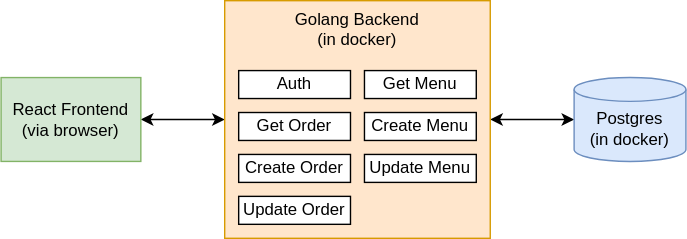
fangjjcs/Food-Order-System-React-Frontend keeps this draw.io diagram as architecture.svg. Above is the earlier version. Source tidied: cells renumbered, new cells last; positions are measured from the earlier drawing's top-left corner, leaving out a move shared by most shapes. Source of this version:
```xml
<mxGraphModel>
  <root>
    <mxCell id="0" />
    <mxCell id="1" parent="0" />
    <mxCell id="2" style="edgeStyle=orthogonalEdgeStyle;rounded=0;jettySize=auto;html=1;entryX=0;entryY=0.5;entryDx=0;entryDy=0;startArrow=classic;startFill=1;" parent="1" edge="1" source="3" target="5">
      <mxGeometry relative="1" as="geometry" />
    </mxCell>
    <mxCell id="3" value="React Frontend&lt;br&gt;(via browser)" style="rounded=0;whiteSpace=wrap;html=1;fillColor=#d5e8d4;strokeColor=#82b366;" parent="1" vertex="1">
      <mxGeometry y="55" width="100" height="60" as="geometry" />
    </mxCell>
    <mxCell id="4" style="edgeStyle=orthogonalEdgeStyle;rounded=0;jettySize=auto;html=1;entryX=0;entryY=0.5;entryDx=0;entryDy=0;entryPerimeter=0;startArrow=classic;startFill=1;" parent="1" edge="1" source="5" target="6">
      <mxGeometry relative="1" as="geometry" />
    </mxCell>
    <mxCell id="5" value="Golang Backend&lt;br&gt;(in docker)" style="rounded=0;whiteSpace=wrap;html=1;fillColor=#ffe6cc;strokeColor=#d79b00;verticalAlign=top;" parent="1" vertex="1">
      <mxGeometry x="160" width="190" height="170" as="geometry" />
    </mxCell>
    <mxCell id="6" value="Postgres&lt;br&gt;(in docker)" style="shape=cylinder3;whiteSpace=wrap;html=1;boundedLbl=1;backgroundOutline=1;size=8.5;fillColor=#dae8fc;strokeColor=#6c8ebf;" parent="1" vertex="1">
      <mxGeometry x="410" y="55" width="80" height="60" as="geometry" />
    </mxCell>
    <mxCell id="7" value="Auth" style="rounded=0;whiteSpace=wrap;html=1;" parent="1" vertex="1">
      <mxGeometry x="170" y="50" width="80" height="20" as="geometry" />
    </mxCell>
    <mxCell id="8" value="Get Menu" style="rounded=0;whiteSpace=wrap;html=1;" parent="1" vertex="1">
      <mxGeometry x="260" y="50" width="80" height="20" as="geometry" />
    </mxCell>
    <mxCell id="9" value="Get Order" style="rounded=0;whiteSpace=wrap;html=1;" parent="1" vertex="1">
      <mxGeometry x="170" y="80" width="80" height="20" as="geometry" />
    </mxCell>
    <mxCell id="10" value="Create Menu" style="rounded=0;whiteSpace=wrap;html=1;" parent="1" vertex="1">
      <mxGeometry x="260" y="80" width="80" height="20" as="geometry" />
    </mxCell>
    <mxCell id="11" value="Update Menu" style="rounded=0;whiteSpace=wrap;html=1;" parent="1" vertex="1">
      <mxGeometry x="260" y="110" width="80" height="20" as="geometry" />
    </mxCell>
    <mxCell id="12" value="Update Order" style="rounded=0;whiteSpace=wrap;html=1;" parent="1" vertex="1">
      <mxGeometry x="170" y="140" width="80" height="20" as="geometry" />
    </mxCell>
    <mxCell id="13" value="Create Order" style="rounded=0;whiteSpace=wrap;html=1;" parent="1" vertex="1">
      <mxGeometry x="170" y="110" width="80" height="20" as="geometry" />
    </mxCell>
  </root>
</mxGraphModel>
```
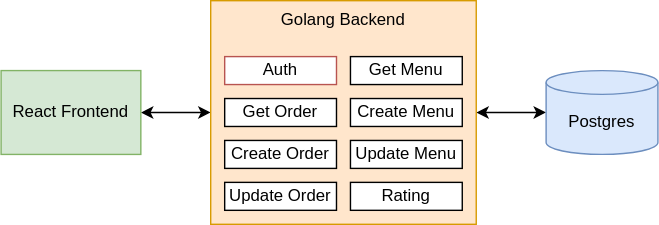
After the change.

Diff of the diagram source:
```diff
@@ -5,19 +5,19 @@
     <mxCell id="2" style="edgeStyle=orthogonalEdgeStyle;rounded=0;jettySize=auto;html=1;entryX=0;entryY=0.5;entryDx=0;entryDy=0;startArrow=classic;startFill=1;" parent="1" edge="1" source="3" target="5">
       <mxGeometry relative="1" as="geometry" />
     </mxCell>
-    <mxCell id="3" value="React Frontend&lt;br&gt;(via browser)" style="rounded=0;whiteSpace=wrap;html=1;fillColor=#d5e8d4;strokeColor=#82b366;" parent="1" vertex="1">
-      <mxGeometry y="55" width="100" height="60" as="geometry" />
+    <mxCell id="3" value="React Frontend" style="rounded=0;whiteSpace=wrap;html=1;fillColor=#d5e8d4;strokeColor=#82b366;" parent="1" vertex="1">
+      <mxGeometry x="10" y="60" width="100" height="60" as="geometry" />
     </mxCell>
     <mxCell id="4" style="edgeStyle=orthogonalEdgeStyle;rounded=0;jettySize=auto;html=1;entryX=0;entryY=0.5;entryDx=0;entryDy=0;entryPerimeter=0;startArrow=classic;startFill=1;" parent="1" edge="1" source="5" target="6">
       <mxGeometry relative="1" as="geometry" />
     </mxCell>
-    <mxCell id="5" value="Golang Backend&lt;br&gt;(in docker)" style="rounded=0;whiteSpace=wrap;html=1;fillColor=#ffe6cc;strokeColor=#d79b00;verticalAlign=top;" parent="1" vertex="1">
-      <mxGeometry x="160" width="190" height="170" as="geometry" />
+    <mxCell id="5" value="Golang Backend" style="rounded=0;whiteSpace=wrap;html=1;fillColor=#ffe6cc;strokeColor=#d79b00;verticalAlign=top;" parent="1" vertex="1">
+      <mxGeometry x="160" y="10" width="190" height="160" as="geometry" />
     </mxCell>
-    <mxCell id="6" value="Postgres&lt;br&gt;(in docker)" style="shape=cylinder3;whiteSpace=wrap;html=1;boundedLbl=1;backgroundOutline=1;size=8.5;fillColor=#dae8fc;strokeColor=#6c8ebf;" parent="1" vertex="1">
-      <mxGeometry x="410" y="55" width="80" height="60" as="geometry" />
+    <mxCell id="6" value="Postgres" style="shape=cylinder3;whiteSpace=wrap;html=1;boundedLbl=1;backgroundOutline=1;size=8.5;fillColor=#dae8fc;strokeColor=#6c8ebf;" parent="1" vertex="1">
+      <mxGeometry x="400" y="60" width="80" height="60" as="geometry" />
     </mxCell>
-    <mxCell id="7" value="Auth" style="rounded=0;whiteSpace=wrap;html=1;" parent="1" vertex="1">
+    <mxCell id="7" value="Auth" style="rounded=0;whiteSpace=wrap;html=1;fillColor=#FFFFFF;strokeColor=#b85450;" parent="1" vertex="1">
       <mxGeometry x="170" y="50" width="80" height="20" as="geometry" />
     </mxCell>
     <mxCell id="8" value="Get Menu" style="rounded=0;whiteSpace=wrap;html=1;" parent="1" vertex="1">
@@ -38,5 +38,8 @@
     <mxCell id="13" value="Create Order" style="rounded=0;whiteSpace=wrap;html=1;" parent="1" vertex="1">
       <mxGeometry x="170" y="110" width="80" height="20" as="geometry" />
     </mxCell>
+    <mxCell id="14" value="Rating" style="rounded=0;whiteSpace=wrap;html=1;" parent="1" vertex="1">
+      <mxGeometry x="260" y="140" width="80" height="20" as="geometry" />
+    </mxCell>
   </root>
 </mxGraphModel>
```
